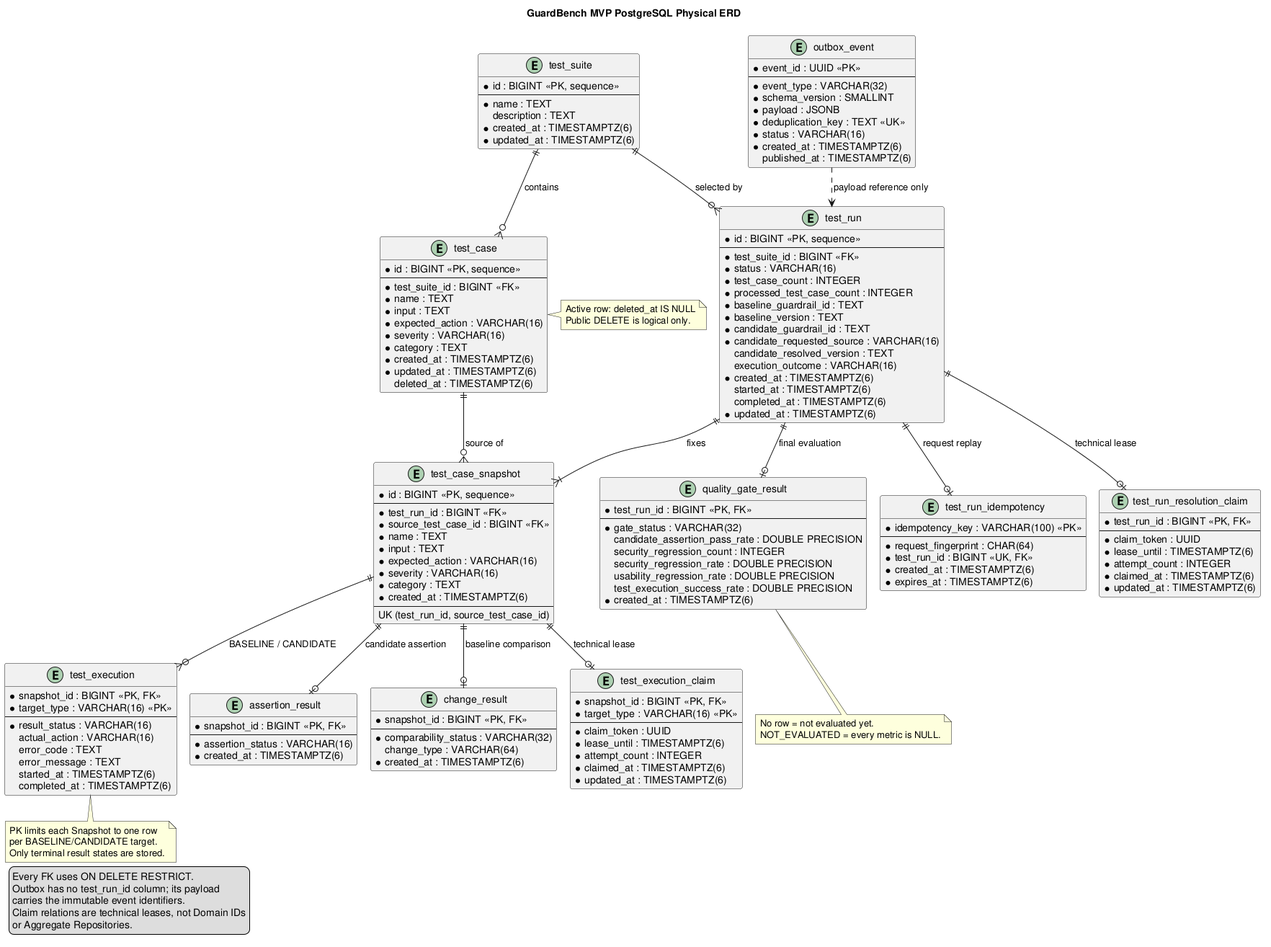
Above: docs/diagrams/guardbench-mvp-physical-erd.png in GuardBench/guardbench-backend (PlantUML), before the change.
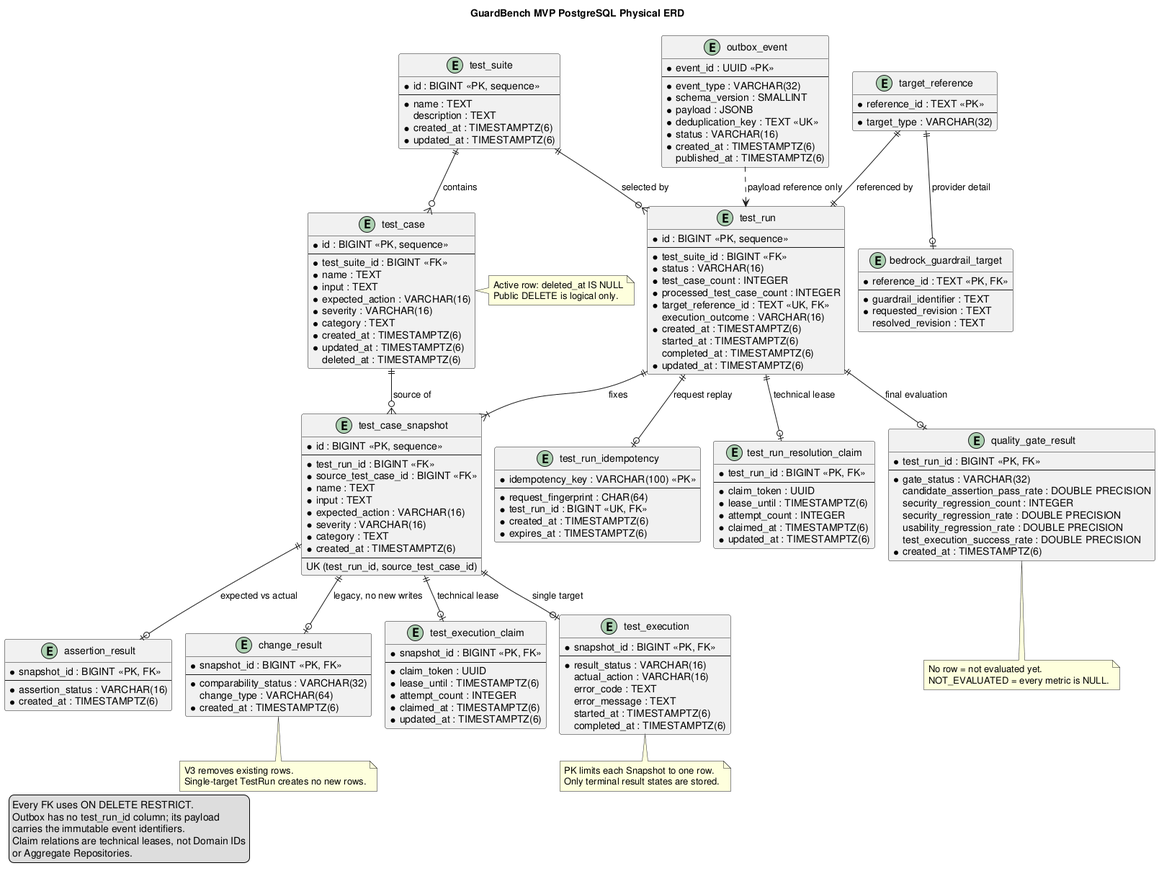
Above is the later version.

What changed in the source:
```diff
@@ -42,16 +42,26 @@
   * status : VARCHAR(16)
   * test_case_count : INTEGER
   * processed_test_case_count : INTEGER
-  * baseline_guardrail_id : TEXT
-  * baseline_version : TEXT
-  * candidate_guardrail_id : TEXT
-  * candidate_requested_source : VARCHAR(16)
-    candidate_resolved_version : TEXT
+  * target_reference_id : TEXT <<UK, FK>>
     execution_outcome : VARCHAR(16)
   * created_at : TIMESTAMPTZ(6)
     started_at : TIMESTAMPTZ(6)
     completed_at : TIMESTAMPTZ(6)
   * updated_at : TIMESTAMPTZ(6)
+}
+
+entity "target_reference" as target_reference {
+  * reference_id : TEXT <<PK>>
+  --
+  * target_type : VARCHAR(32)
+}
+
+entity "bedrock_guardrail_target" as bedrock_target {
+  * reference_id : TEXT <<PK, FK>>
+  --
+  * guardrail_identifier : TEXT
+  * requested_revision : TEXT
+    resolved_revision : TEXT
 }
 
 entity "test_case_snapshot" as snapshot {
@@ -71,7 +81,6 @@
 
 entity "test_execution" as execution {
   * snapshot_id : BIGINT <<PK, FK>>
-  * target_type : VARCHAR(16) <<PK>>
   --
   * result_status : VARCHAR(16)
     actual_action : VARCHAR(16)
@@ -129,7 +138,6 @@
 
 entity "test_execution_claim" as execution_claim {
   * snapshot_id : BIGINT <<PK, FK>>
-  * target_type : VARCHAR(16) <<PK>>
   --
   * claim_token : UUID
   * lease_until : TIMESTAMPTZ(6)
@@ -152,14 +160,16 @@
 
 test_suite ||--o{ test_case : contains
 test_suite ||--o{ test_run : selected by
+target_reference ||--|| test_run : referenced by
+target_reference ||--o| bedrock_target : provider detail
 test_run ||--|{ snapshot : fixes
 test_case ||--o{ snapshot : source of
-snapshot ||--o{ execution : BASELINE / CANDIDATE
+snapshot ||--o| execution : single target
 snapshot ||--o| execution_claim : technical lease
 test_run ||--o| idempotency : request replay
 test_run ||--o| resolution_claim : technical lease
-snapshot ||--o| assertion : candidate assertion
-snapshot ||--o| change_result : baseline comparison
+snapshot ||--o| assertion : expected vs actual
+snapshot ||--o| change_result : legacy, no new writes
 test_run ||--o| quality_gate : final evaluation
 outbox ..> test_run : payload reference only
 
@@ -169,9 +179,13 @@
 end note
 
 note bottom of execution
-  PK limits each Snapshot to one row
-  per BASELINE/CANDIDATE target.
+  PK limits each Snapshot to one row.
   Only terminal result states are stored.
+end note
+
+note bottom of change_result
+  V3 removes existing rows.
+  Single-target TestRun creates no new rows.
 end note
 
 note bottom of quality_gate
```
